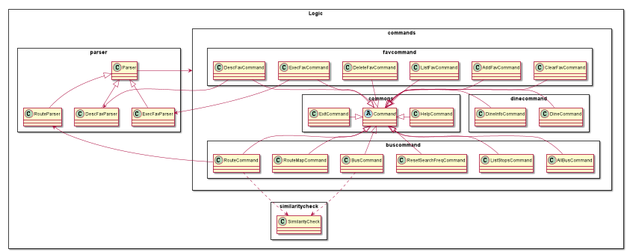
Above: docs/DG_Diagrams/LogicComponent.png in nus-cs2113-AY2021S1/tp (PlantUML), before the change. The source it was exported from:
```plantuml
@startuml

allowmixing
Rectangle Logic {
Rectangle commands {
Rectangle commons {
abstract class Command
Command <|-left ExitCommand
Command <|- HelpCommand
}
Rectangle buscommand {
Command <|--up AllBusCommand
Command <|-left BusCommand
Command <|-- ListStopsCommand
Command <|-- ResetSearchFreqCommand
Command <|-- RouteCommand
Command <|--up RouteMapCommand
}
Rectangle dinecommand {
Command <|- DineCommand
Command <|- DineInfoCommand
}
Rectangle favcommand {
Command <|--up AddFavCommand
Command <|--up ClearFavCommand
Command <|--up DeleteFavCommand
Command <|--up DescFavCommand
Command <|--up ExecFavCommand
Command <|--up ListFavCommand
}
}
Rectangle parser {
Parser <|-- RouteParser
RouteParser <--down RouteCommand
Parser <|-- DescFavParser
Parser <|-- ExecFavParser
DescFavParser <-- DescFavCommand
ExecFavParser <--down ExecFavCommand
}

Rectangle similaritycheck {
class SimilarityCheck
}

SimilarityCheck <..down RouteCommand
SimilarityCheck <..down BusCommand
}

Parser --left> commands

@enduml
```
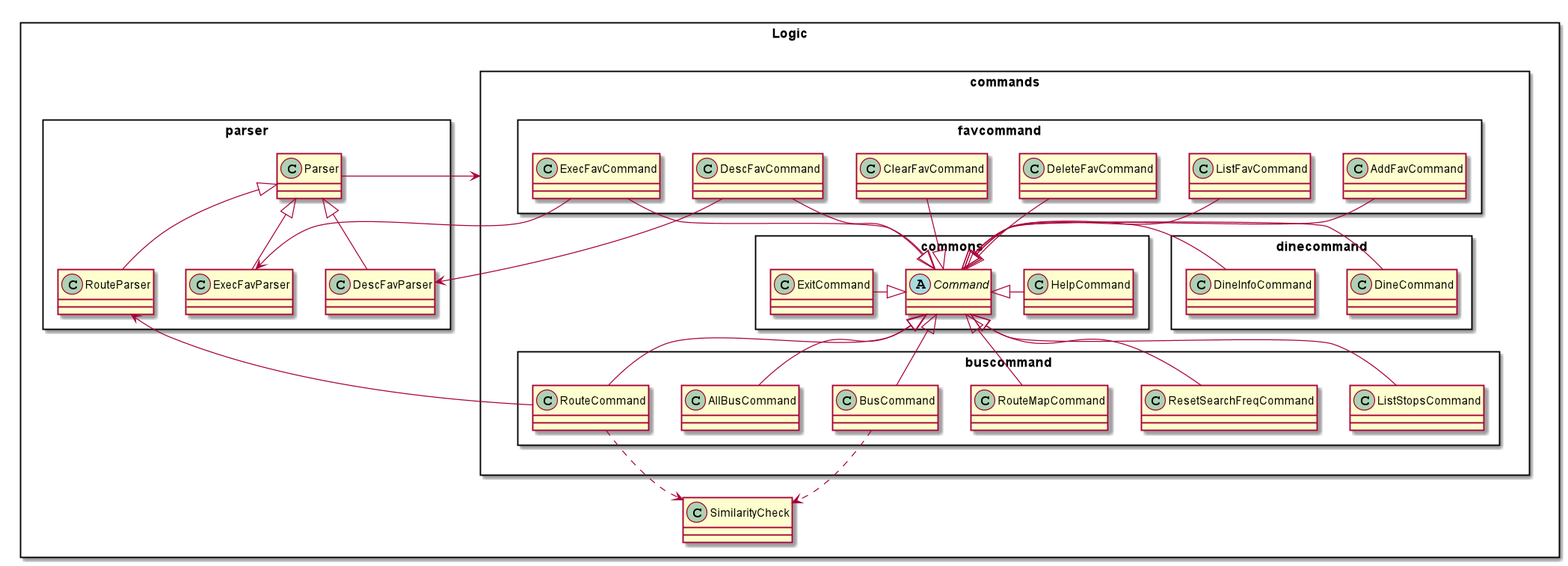
Above is the later version.

Commit message:
Update logic component

The edit, as a diff of the source:
```diff
@@ -9,38 +9,35 @@
 Command <|- HelpCommand
 }
 Rectangle buscommand {
-Command <|--up AllBusCommand
+Command <|-- AllBusCommand
 Command <|-left BusCommand
 Command <|-- ListStopsCommand
 Command <|-- ResetSearchFreqCommand
 Command <|-- RouteCommand
-Command <|--up RouteMapCommand
+Command <|-- RouteMapCommand
 }
 Rectangle dinecommand {
-Command <|- DineCommand
-Command <|- DineInfoCommand
+Command <|-left DineCommand
+Command <|-left DineInfoCommand
 }
 Rectangle favcommand {
 Command <|--up AddFavCommand
 Command <|--up ClearFavCommand
 Command <|--up DeleteFavCommand
 Command <|--up DescFavCommand
-Command <|--up ExecFavCommand
-Command <|--up ListFavCommand
+Command <|-- ExecFavCommand
+Command <|-- ListFavCommand
 }
 }
 Rectangle parser {
 Parser <|-- RouteParser
-RouteParser <--down RouteCommand
+RouteParser <-down RouteCommand
 Parser <|-- DescFavParser
+DescFavParser <- DescFavCommand
 Parser <|-- ExecFavParser
-DescFavParser <-- DescFavCommand
-ExecFavParser <--down ExecFavCommand
+ExecFavParser <- ExecFavCommand
 }
-
-Rectangle similaritycheck {
 class SimilarityCheck
-}
 
 SimilarityCheck <..down RouteCommand
 SimilarityCheck <..down BusCommand
```
